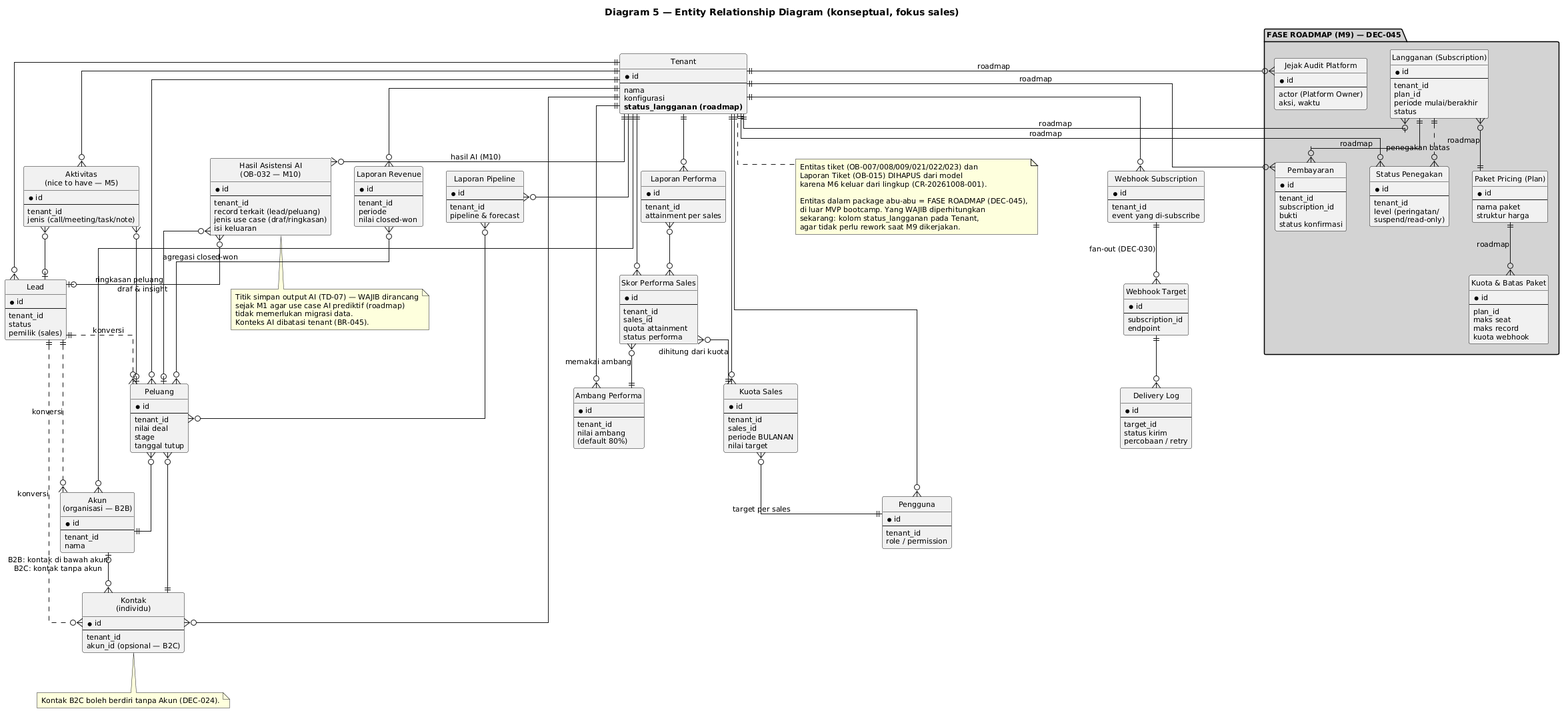
This is knowledge/projects/bootcamp-crm/requirements/brd/diagrams/06-erd.png from yudha-tlab/ai-os-knowledge, a PlantUML export, as it was before one commit.
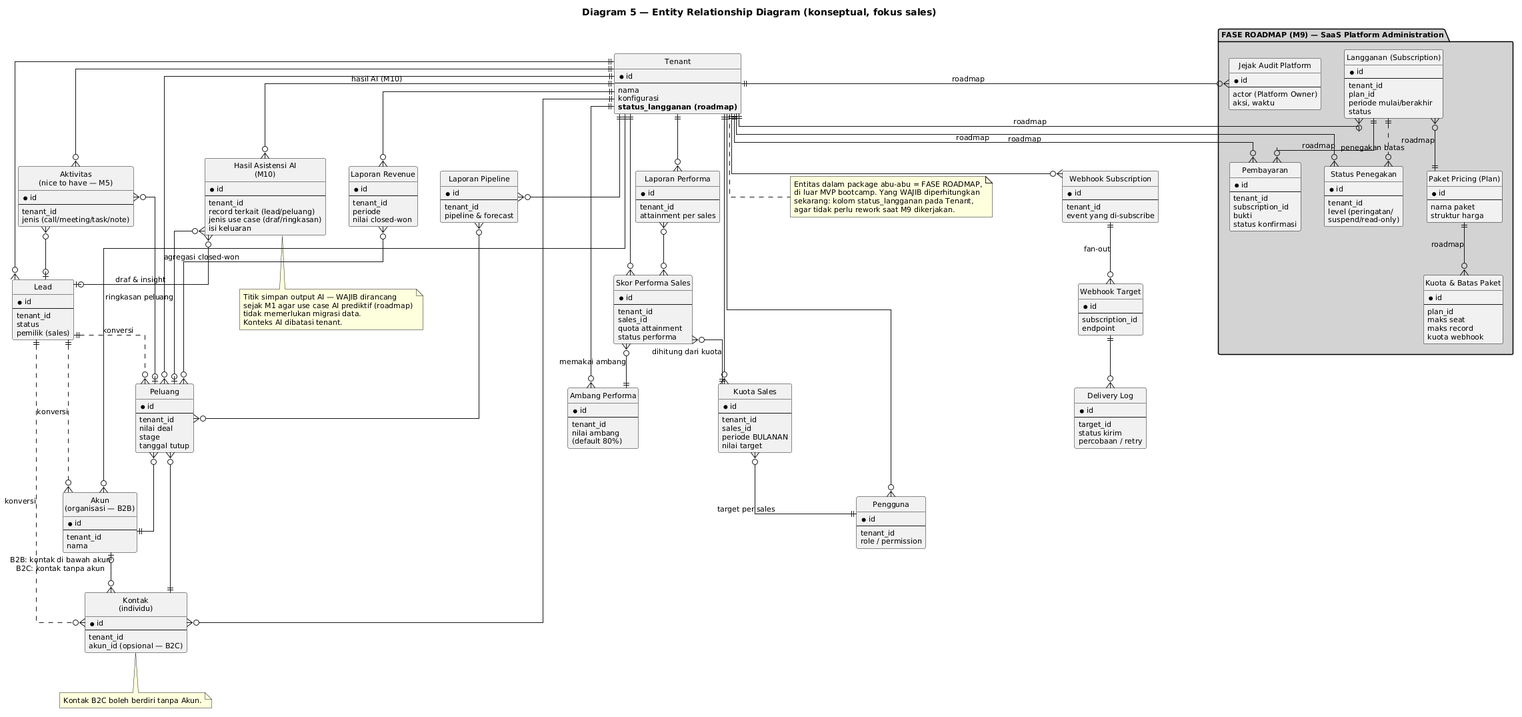
After the commit.

What changed in the source:
```diff
@@ -121,7 +121,7 @@
   endpoint
 }
 
-entity "Hasil Asistensi AI\n(OB-032 — M10)" as AIO {
+entity "Hasil Asistensi AI\n(M10)" as AIO {
   * id
   --
   tenant_id
@@ -138,7 +138,7 @@
   percobaan / retry
 }
 
-package "FASE ROADMAP (M9) — DEC-045" #LightGray {
+package "FASE ROADMAP (M9) — SaaS Platform Administration" #LightGray {
   entity "Paket Pricing (Plan)" as PLAN {
     * id
     --
@@ -226,26 +226,22 @@
 AKT }o--o| PEL
 AKT }o--o| LEAD
 
-SUB ||--o{ WTG : fan-out (DEC-030)
+SUB ||--o{ WTG : fan-out
 WTG ||--o{ LOG
 
 note bottom of KON
-  Kontak B2C boleh berdiri tanpa Akun (DEC-024).
+  Kontak B2C boleh berdiri tanpa Akun.
 end note
 
 note bottom of AIO
-  Titik simpan output AI (TD-07) — WAJIB dirancang
+  Titik simpan output AI — WAJIB dirancang
   sejak M1 agar use case AI prediktif (roadmap)
   tidak memerlukan migrasi data.
-  Konteks AI dibatasi tenant (BR-045).
+  Konteks AI dibatasi tenant.
 end note
 
 note bottom of TEN
-  Entitas tiket (OB-007/008/009/021/022/023) dan
-  Laporan Tiket (OB-015) DIHAPUS dari model
-  karena M6 keluar dari lingkup (CR-20261008-001).
-
-  Entitas dalam package abu-abu = FASE ROADMAP (DEC-045),
+  Entitas dalam package abu-abu = FASE ROADMAP,
   di luar MVP bootcamp. Yang WAJIB diperhitungkan
   sekarang: kolom status_langganan pada Tenant,
   agar tidak perlu rework saat M9 dikerjakan.
```
